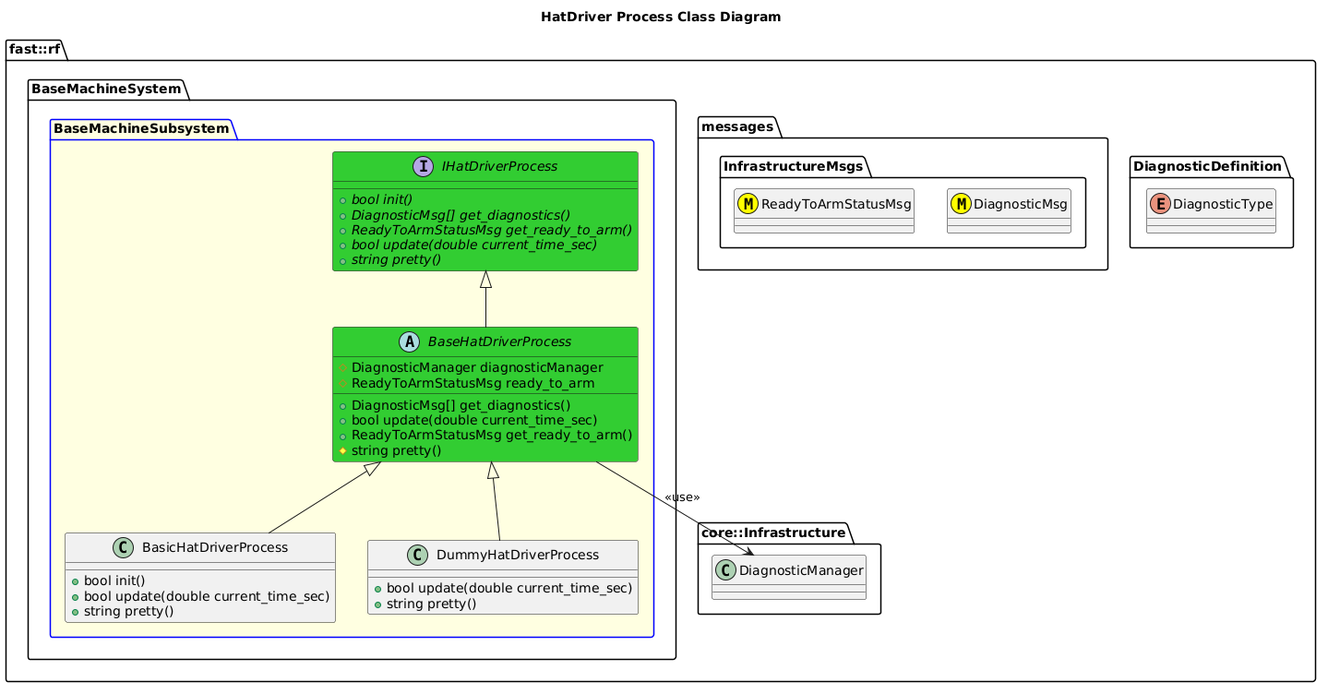
fastrobotics/robot_framework keeps this PlantUML diagram as Systems/BaseMachine/Subsystems/BaseMachine/Processes/HatDriver/doc/puml/HatDriverProcessClassDiagram.png. Above is the earlier version.
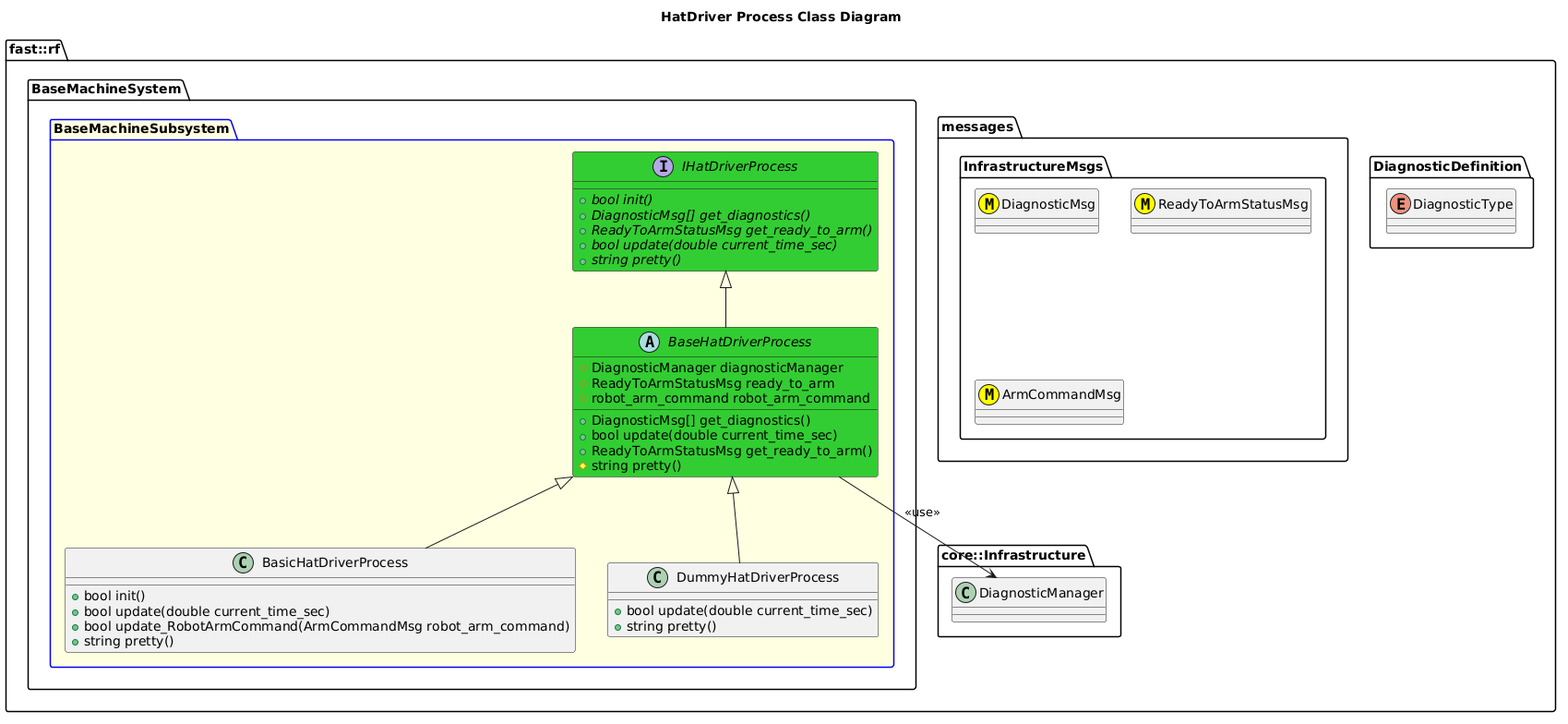
The same file after the commit.

Diff of the diagram source:
```diff
@@ -9,6 +9,7 @@
     namespace InfrastructureMsgs {
       class DiagnosticMsg <<(M,#FFFF00)>>
       class ReadyToArmStatusMsg <<(M,#FFFF00)>>
+      class ArmCommandMsg <<(M,#FFFF00)>>
     }
   }
   namespace core::Infrastructure {
@@ -30,6 +31,7 @@
           #string pretty()
           #DiagnosticManager diagnosticManager
           #ReadyToArmStatusMsg ready_to_arm
+          #robot_arm_command robot_arm_command
 
         }
         BaseHatDriverProcess -up-|> IHatDriverProcess
@@ -37,6 +39,7 @@
         class BasicHatDriverProcess {
           +bool init()
           +bool update(double current_time_sec)
+          +bool update_RobotArmCommand(ArmCommandMsg robot_arm_command)
           +string pretty()
         }
         BasicHatDriverProcess -up-|> BaseHatDriverProcess
```
